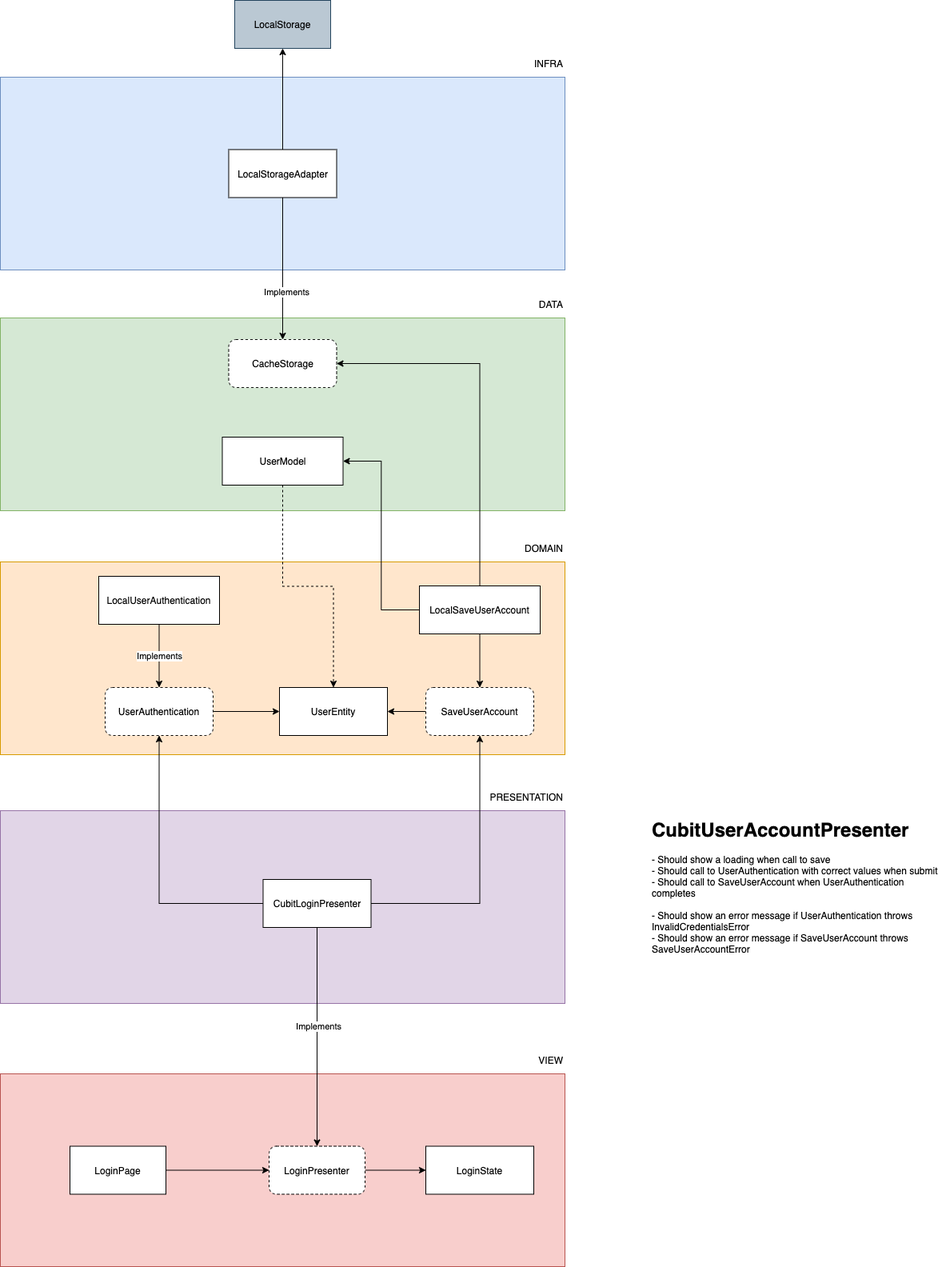
Earlier version of the draw.io export architecture.png (emersonsiega/grocery_store_app). Source tidied: cells renumbered, new cells last; positions are measured from the earlier drawing's top-left corner, leaving out a move shared by most shapes.
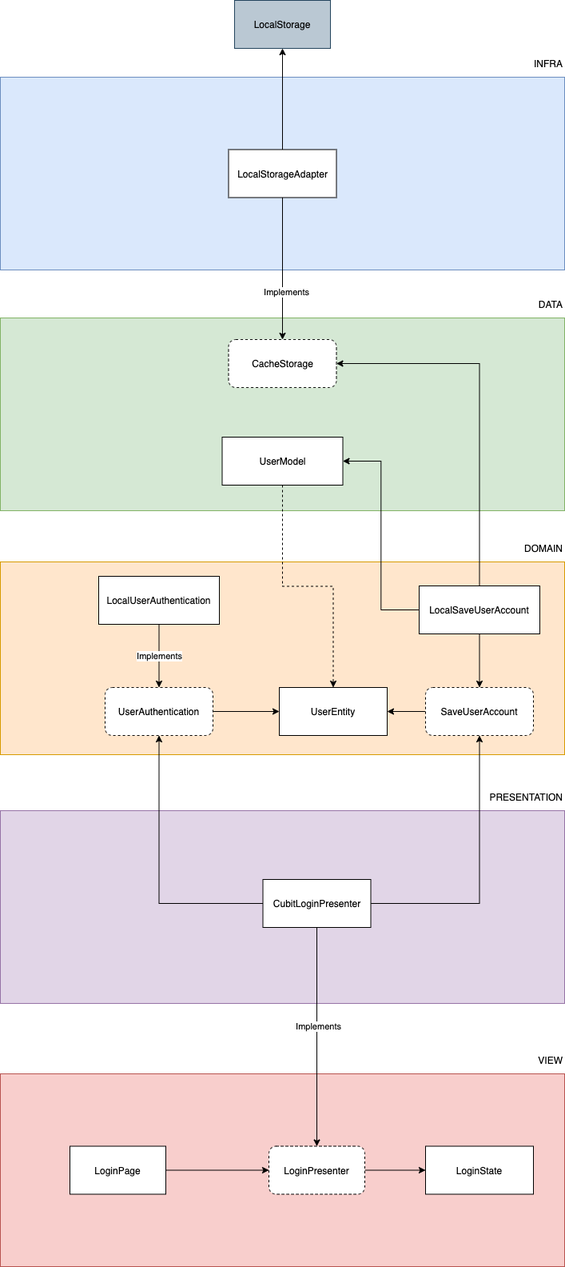
After the change.

The edit, as a diff of the source:
```diff
@@ -126,8 +126,5 @@
     <mxCell id="41" value="LocalSaveUserAccount" style="rounded=0;whiteSpace=wrap;html=1;fillColor=default;align=center;" parent="1" vertex="1">
       <mxGeometry x="524" y="732" width="151" height="60" as="geometry" />
     </mxCell>
-    <mxCell id="42" value="&lt;h1&gt;CubitUserAccountPresenter&lt;/h1&gt;&lt;p&gt;- Should show a loading when call to save&lt;br&gt;- Should call to UserAuthentication with correct values when submit&lt;br&gt;- Should call to SaveUserAccount when UserAuthentication completes&lt;br&gt;&lt;br&gt;- Should show an error message if UserAuthentication throws InvalidCredentialsError&lt;br&gt;- Should show an error message if SaveUserAccount throws SaveUserAccountError&lt;/p&gt;" style="text;html=1;strokeColor=none;fillColor=none;spacing=5;spacingTop=-20;whiteSpace=wrap;overflow=hidden;rounded=0;dashed=1;align=left;" parent="1" vertex="1">
-      <mxGeometry x="810" y="1018" width="377" height="208" as="geometry" />
-    </mxCell>
   </root>
 </mxGraphModel>
```
